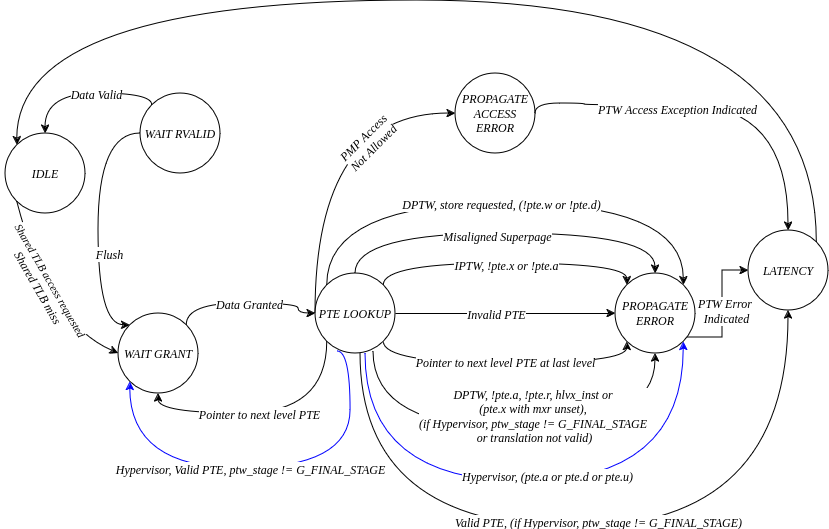
Before: docs/03_cva6_design/_static/ptw_state_diagram.png, a diagram exported from draw.io (openhwgroup/cva6). Source tidied: cells renumbered, new cells last; positions are measured from the earlier drawing's top-left corner, leaving out a move shared by most shapes.
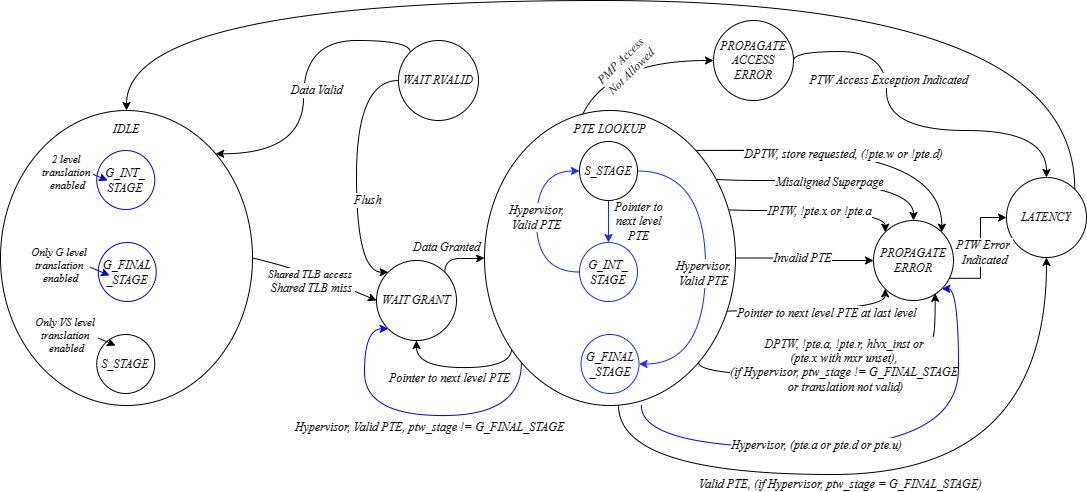
The same file after the commit.

Commit message:
update ptw state machine diagram with stage information for H extension

The edit, as a diff of the source:
```diff
@@ -12,7 +12,7 @@
     </mxCell>
     <mxCell id="3" value="IPTW, !pte.x or !pte.a" style="edgeLabel;html=1;align=center;verticalAlign=middle;fontStyle=2;fontFamily=Times New Roman;fontSize=12;" parent="2" vertex="1">
       <mxGeometry x="-0.05" y="-3" relative="1" as="geometry">
-        <mxPoint x="8" y="-2" as="offset" />
+        <mxPoint x="111" y="-3" as="offset" />
       </mxGeometry>
     </mxCell>
     <mxCell id="4" style="edgeStyle=orthogonalEdgeStyle;rounded=0;jettySize=auto;html=1;exitX=1;exitY=1;exitDx=0;exitDy=0;entryX=0;entryY=1;entryDx=0;entryDy=0;curved=1;" parent="1" edge="1" source="18" target="19">
@@ -25,20 +25,22 @@
     </mxCell>
     <mxCell id="5" value="Pointer to next level PTE at last level" style="edgeLabel;html=1;align=center;verticalAlign=middle;fontStyle=2;fontFamily=Times New Roman;fontSize=12;" parent="4" vertex="1">
       <mxGeometry x="-0.23" y="2" relative="1" as="geometry">
-        <mxPoint x="33" as="offset" />
+        <mxPoint x="149" y="4" as="offset" />
       </mxGeometry>
     </mxCell>
-    <mxCell id="6" style="edgeStyle=orthogonalEdgeStyle;rounded=0;jettySize=auto;html=1;exitX=0.725;exitY=0.975;exitDx=0;exitDy=0;entryX=0.5;entryY=1;entryDx=0;entryDy=0;curved=1;exitPerimeter=0;fillColor=#0000FF;" parent="1" edge="1" source="18" target="19">
+    <mxCell id="6" style="edgeStyle=orthogonalEdgeStyle;rounded=0;jettySize=auto;html=1;exitX=1;exitY=1;exitDx=0;exitDy=0;entryX=0.771;entryY=0.91;entryDx=0;entryDy=0;curved=1;fillColor=#0000FF;entryPerimeter=0;" parent="1" edge="1" source="18" target="19">
       <mxGeometry relative="1" as="geometry">
         <Array as="points">
-          <mxPoint x="368" y="428" />
-          <mxPoint x="650" y="428" />
+          <mxPoint x="435" y="428" />
+          <mxPoint x="664" y="428" />
+          <mxPoint x="664" y="392" />
+          <mxPoint x="672" y="392" />
         </Array>
       </mxGeometry>
     </mxCell>
     <mxCell id="7" value="&lt;div&gt;DPTW, !pte.a, !pte.r, hlvx_inst or&amp;nbsp;&lt;/div&gt;&lt;div&gt;(pte.x with mxr unset),&amp;nbsp;&lt;/div&gt;&lt;div&gt;(if Hypervisor, ptw_stage != G_FINAL_STAGE&amp;nbsp;&lt;/div&gt;&lt;div&gt;or translation not valid)&lt;br&gt;&lt;/div&gt;&lt;div&gt;&lt;br&gt;&lt;/div&gt;" style="edgeLabel;html=1;align=center;verticalAlign=middle;fontStyle=2;fontFamily=Times New Roman;fontSize=12;" parent="6" vertex="1">
       <mxGeometry x="-0.05" y="4" relative="1" as="geometry">
-        <mxPoint x="30" y="-2" as="offset" />
+        <mxPoint x="2" as="offset" />
       </mxGeometry>
     </mxCell>
     <mxCell id="8" style="edgeStyle=orthogonalEdgeStyle;rounded=0;jettySize=auto;html=1;exitX=0.5;exitY=0;exitDx=0;exitDy=0;entryX=0.5;entryY=0;entryDx=0;entryDy=0;curved=1;" parent="1" edge="1" source="18" target="19">
@@ -50,7 +52,9 @@
       </mxGeometry>
     </mxCell>
     <mxCell id="9" value="Misaligned Superpage" style="edgeLabel;html=1;align=center;verticalAlign=middle;fontStyle=2;fontFamily=Times New Roman;fontSize=12;" parent="8" vertex="1">
-      <mxGeometry x="-0.05" y="-2" relative="1" as="geometry" />
+      <mxGeometry x="-0.05" y="-2" relative="1" as="geometry">
+        <mxPoint x="92" y="-1" as="offset" />
+      </mxGeometry>
     </mxCell>
     <mxCell id="10" style="edgeStyle=orthogonalEdgeStyle;rounded=0;jettySize=auto;html=1;exitX=0;exitY=0;exitDx=0;exitDy=0;entryX=1;entryY=0;entryDx=0;entryDy=0;curved=1;" parent="1" edge="1" source="18" target="19">
       <mxGeometry relative="1" as="geometry">
@@ -62,7 +66,7 @@
     </mxCell>
     <mxCell id="11" value="DPTW, store requested, (!pte.w or !pte.d)" style="edgeLabel;html=1;align=center;verticalAlign=middle;fontFamily=Times New Roman;fontStyle=2;fontSize=12;" parent="10" vertex="1">
       <mxGeometry x="-0.06" y="2" relative="1" as="geometry">
-        <mxPoint x="11" y="2" as="offset" />
+        <mxPoint x="87" y="5" as="offset" />
       </mxGeometry>
     </mxCell>
     <mxCell id="12" style="edgeStyle=orthogonalEdgeStyle;rounded=0;jettySize=auto;html=1;exitX=0;exitY=0.5;exitDx=0;exitDy=0;entryX=0;entryY=0.5;entryDx=0;entryDy=0;curved=1;" parent="1" edge="1" source="18" target="29">
@@ -85,21 +89,21 @@
         <mxPoint x="6" y="3" as="offset" />
       </mxGeometry>
     </mxCell>
-    <mxCell id="16" style="edgeStyle=orthogonalEdgeStyle;rounded=0;jettySize=auto;html=1;exitX=0;exitY=1;exitDx=0;exitDy=0;entryX=0.5;entryY=1;entryDx=0;entryDy=0;curved=1;" parent="1" edge="1" source="18" target="22">
+    <mxCell id="16" style="edgeStyle=orthogonalEdgeStyle;rounded=0;jettySize=auto;html=1;exitX=0.108;exitY=0.807;exitDx=0;exitDy=0;entryX=0.5;entryY=1;entryDx=0;entryDy=0;curved=1;exitPerimeter=0;" parent="1" edge="1" source="18" target="22">
       <mxGeometry relative="1" as="geometry">
         <Array as="points">
-          <mxPoint x="322" y="413" />
-          <mxPoint x="153" y="413" />
+          <mxPoint x="248" y="420" />
+          <mxPoint x="153" y="420" />
         </Array>
       </mxGeometry>
     </mxCell>
     <mxCell id="17" value="Pointer to next level PTE" style="edgeLabel;html=1;align=center;verticalAlign=middle;fontStyle=2;fontFamily=Times New Roman;fontSize=12;" parent="16" vertex="1">
       <mxGeometry x="0.03" y="5" relative="1" as="geometry">
-        <mxPoint x="-6" y="-5" as="offset" />
+        <mxPoint x="-9" y="5" as="offset" />
       </mxGeometry>
     </mxCell>
-    <mxCell id="18" value="PTE LOOKUP" style="ellipse;whiteSpace=wrap;html=1;fontFamily=Times New Roman;fontStyle=2;" parent="1" vertex="1">
-      <mxGeometry x="310" y="273" width="80" height="80" as="geometry" />
+    <mxCell id="18" value="PTE LOOKUP&lt;div&gt;&lt;br&gt;&lt;/div&gt;&lt;div&gt;&lt;br&gt;&lt;/div&gt;&lt;div&gt;&lt;br&gt;&lt;/div&gt;&lt;div&gt;&lt;br&gt;&lt;/div&gt;&lt;div&gt;&lt;br&gt;&lt;/div&gt;&lt;div&gt;&lt;br&gt;&lt;/div&gt;&lt;div&gt;&lt;br&gt;&lt;/div&gt;&lt;div&gt;&lt;br&gt;&lt;/div&gt;&lt;div&gt;&lt;br&gt;&lt;/div&gt;&lt;div&gt;&lt;br&gt;&lt;/div&gt;&lt;div&gt;&lt;br&gt;&lt;/div&gt;&lt;div&gt;&lt;br&gt;&lt;/div&gt;&lt;div&gt;&lt;br&gt;&lt;/div&gt;&lt;div&gt;&lt;br&gt;&lt;/div&gt;&lt;div&gt;&lt;br&gt;&lt;/div&gt;&lt;div&gt;&lt;br&gt;&lt;/div&gt;&lt;div&gt;&lt;br&gt;&lt;/div&gt;&lt;div&gt;&lt;br&gt;&lt;/div&gt;" style="ellipse;whiteSpace=wrap;html=1;fontFamily=Times New Roman;fontStyle=2;" parent="1" vertex="1">
+      <mxGeometry x="221" y="163" width="251" height="295" as="geometry" />
     </mxCell>
     <mxCell id="19" value="PROPAGATE&lt;br&gt;ERROR" style="ellipse;whiteSpace=wrap;html=1;fontFamily=Times New Roman;fontStyle=2;" parent="1" vertex="1">
       <mxGeometry x="610" y="273" width="80" height="80" as="geometry" />
@@ -107,28 +111,28 @@
     <mxCell id="20" style="edgeStyle=orthogonalEdgeStyle;rounded=0;jettySize=auto;html=1;exitX=1;exitY=0;exitDx=0;exitDy=0;entryX=0;entryY=0.5;entryDx=0;entryDy=0;curved=1;" parent="1" edge="1" source="22" target="18">
       <mxGeometry relative="1" as="geometry">
         <Array as="points">
-          <mxPoint x="181" y="303" />
-          <mxPoint x="293" y="303" />
-          <mxPoint x="293" y="313" />
+          <mxPoint x="181" y="311" />
+          <mxPoint x="212" y="311" />
         </Array>
       </mxGeometry>
     </mxCell>
     <mxCell id="21" value="Data Granted" style="edgeLabel;html=1;align=center;verticalAlign=middle;fontStyle=2;fontFamily=Times New Roman;fontSize=12;" parent="20" vertex="1">
       <mxGeometry x="-0.36" y="-12" relative="1" as="geometry">
-        <mxPoint x="33" y="-12" as="offset" />
+        <mxPoint x="-2" y="-24" as="offset" />
       </mxGeometry>
     </mxCell>
     <mxCell id="22" value="WAIT GRANT" style="ellipse;whiteSpace=wrap;html=1;fontFamily=Times New Roman;fontStyle=2;" parent="1" vertex="1">
       <mxGeometry x="113" y="313" width="80" height="80" as="geometry" />
     </mxCell>
-    <mxCell id="23" value="IDLE" style="ellipse;whiteSpace=wrap;html=1;fontFamily=Times New Roman;fontStyle=2;" parent="1" vertex="1">
-      <mxGeometry y="133" width="80" height="80" as="geometry" />
+    <mxCell id="23" value="IDLE&lt;div&gt;&lt;br&gt;&lt;/div&gt;&lt;div&gt;&lt;br&gt;&lt;/div&gt;&lt;div&gt;&lt;br&gt;&lt;/div&gt;&lt;div&gt;&lt;br&gt;&lt;/div&gt;&lt;div&gt;&lt;br&gt;&lt;/div&gt;&lt;div&gt;&lt;br&gt;&lt;/div&gt;&lt;div&gt;&lt;br&gt;&lt;/div&gt;&lt;div&gt;&lt;br&gt;&lt;/div&gt;&lt;div&gt;&lt;br&gt;&lt;/div&gt;&lt;div&gt;&lt;br&gt;&lt;/div&gt;&lt;div&gt;&lt;br&gt;&lt;/div&gt;&lt;div&gt;&lt;br&gt;&lt;/div&gt;&lt;div&gt;&lt;br&gt;&lt;/div&gt;&lt;div&gt;&lt;br&gt;&lt;/div&gt;&lt;div&gt;&lt;br&gt;&lt;/div&gt;&lt;div&gt;&lt;br&gt;&lt;/div&gt;&lt;div&gt;&lt;br&gt;&lt;/div&gt;&lt;div&gt;&lt;br&gt;&lt;/div&gt;" style="ellipse;whiteSpace=wrap;html=1;fontFamily=Times New Roman;fontStyle=2;" parent="1" vertex="1">
+      <mxGeometry x="-263" y="163" width="252" height="295" as="geometry" />
     </mxCell>
-    <mxCell id="24" style="edgeStyle=orthogonalEdgeStyle;rounded=0;jettySize=auto;html=1;exitX=0;exitY=0;exitDx=0;exitDy=0;entryX=0.5;entryY=0;entryDx=0;entryDy=0;curved=1;" parent="1" edge="1" source="28" target="23">
+    <mxCell id="24" style="edgeStyle=orthogonalEdgeStyle;rounded=0;jettySize=auto;html=1;exitX=0;exitY=0;exitDx=0;exitDy=0;entryX=1;entryY=0;entryDx=0;entryDy=0;curved=1;" parent="1" edge="1" source="28" target="23">
       <mxGeometry relative="1" as="geometry">
         <Array as="points">
           <mxPoint x="147" y="93" />
           <mxPoint x="40" y="93" />
+          <mxPoint x="40" y="206" />
         </Array>
       </mxGeometry>
     </mxCell>
@@ -156,16 +160,16 @@
     <mxCell id="29" value="PROPAGATE&lt;br&gt;ACCESS&lt;br&gt;ERROR" style="ellipse;whiteSpace=wrap;html=1;fontFamily=Times New Roman;fontStyle=2;" parent="1" vertex="1">
       <mxGeometry x="450" y="73" width="80" height="80" as="geometry" />
     </mxCell>
-    <mxCell id="30" style="curved=1;endArrow=classic;html=1;rounded=0;entryX=0;entryY=0.5;entryDx=0;entryDy=0;exitX=0;exitY=1;exitDx=0;exitDy=0;" parent="1" edge="1" source="23" target="22">
+    <mxCell id="30" style="curved=1;endArrow=classic;html=1;rounded=0;entryX=0;entryY=0.5;entryDx=0;entryDy=0;exitX=1;exitY=0.5;exitDx=0;exitDy=0;" parent="1" edge="1" source="23" target="22">
       <mxGeometry relative="1" as="geometry">
         <Array as="points">
           <mxPoint x="43" y="323" />
         </Array>
       </mxGeometry>
     </mxCell>
-    <mxCell id="31" value="Shared TLB access requested&lt;br style=&quot;border-color: var(--border-color); font-size: 12px;&quot;&gt;&lt;span style=&quot;font-size: 12px;&quot;&gt;Shared TLB miss&lt;/span&gt;" style="edgeLabel;html=1;align=center;verticalAlign=middle;rotation=60;fontStyle=2;fontFamily=Times New Roman;" parent="30" vertex="1">
+    <mxCell id="31" value="Shared TLB access&amp;nbsp;&lt;div&gt;&lt;span style=&quot;font-size: 12px;&quot;&gt;Shared TLB miss&lt;/span&gt;&lt;/div&gt;" style="edgeLabel;html=1;align=center;verticalAlign=middle;rotation=0;fontStyle=2;fontFamily=Times New Roman;" parent="30" vertex="1">
       <mxGeometry x="-0.16" y="10" relative="1" as="geometry">
-        <mxPoint x="-3" y="2" as="offset" />
+        <mxPoint x="1" y="20" as="offset" />
       </mxGeometry>
     </mxCell>
     <mxCell id="32" value="LATENCY" style="ellipse;whiteSpace=wrap;html=1;fontFamily=Times New Roman;fontStyle=2;" parent="1" vertex="1">
@@ -174,22 +178,22 @@
     <mxCell id="33" style="edgeStyle=orthogonalEdgeStyle;rounded=0;jettySize=auto;html=1;entryX=0.5;entryY=0;entryDx=0;entryDy=0;curved=1;exitX=1;exitY=0.5;exitDx=0;exitDy=0;" parent="1" edge="1" source="29" target="32">
       <mxGeometry relative="1" as="geometry">
         <Array as="points">
-          <mxPoint x="530" y="103" />
-          <mxPoint x="579" y="103" />
-          <mxPoint x="579" y="105" />
-          <mxPoint x="783" y="105" />
+          <mxPoint x="530" y="104" />
+          <mxPoint x="623" y="104" />
+          <mxPoint x="623" y="183" />
+          <mxPoint x="783" y="183" />
         </Array>
       </mxGeometry>
     </mxCell>
     <mxCell id="34" value="PTW Access Exception Indicated" style="edgeLabel;html=1;align=center;verticalAlign=middle;fontStyle=2;fontFamily=Times New Roman;fontSize=12;rotation=0;" parent="33" vertex="1">
       <mxGeometry x="-0.02" relative="1" as="geometry">
-        <mxPoint x="-38" y="3" as="offset" />
+        <mxPoint x="-7" y="-51" as="offset" />
       </mxGeometry>
     </mxCell>
-    <mxCell id="35" style="edgeStyle=orthogonalEdgeStyle;rounded=0;jettySize=auto;html=1;entryX=0;entryY=0.5;entryDx=0;entryDy=0;" parent="1" edge="1" source="19" target="32">
+    <mxCell id="35" style="edgeStyle=orthogonalEdgeStyle;rounded=0;jettySize=auto;html=1;entryX=0;entryY=0.5;entryDx=0;entryDy=0;exitX=0.948;exitY=0.723;exitDx=0;exitDy=0;exitPerimeter=0;" parent="1" edge="1" source="19" target="32">
       <mxGeometry relative="1" as="geometry">
         <Array as="points">
-          <mxPoint x="717" y="337" />
+          <mxPoint x="717" y="331" />
           <mxPoint x="717" y="270" />
         </Array>
       </mxGeometry>
@@ -199,27 +203,26 @@
         <mxPoint x="6" y="-7" as="offset" />
       </mxGeometry>
     </mxCell>
-    <mxCell id="37" style="edgeStyle=orthogonalEdgeStyle;rounded=0;jettySize=auto;html=1;exitX=1;exitY=0;exitDx=0;exitDy=0;entryX=0;entryY=0;entryDx=0;entryDy=0;curved=1;" parent="1" edge="1" source="32" target="23">
+    <mxCell id="37" style="edgeStyle=orthogonalEdgeStyle;rounded=0;jettySize=auto;html=1;exitX=1;exitY=0;exitDx=0;exitDy=0;entryX=0.5;entryY=0;entryDx=0;entryDy=0;curved=1;" parent="1" edge="1" source="32" target="23">
       <mxGeometry relative="1" as="geometry">
         <Array as="points">
-          <mxPoint x="811" />
-          <mxPoint x="12" />
+          <mxPoint x="811" y="53" />
+          <mxPoint x="-137" y="53" />
         </Array>
       </mxGeometry>
     </mxCell>
-    <mxCell id="38" style="edgeStyle=orthogonalEdgeStyle;rounded=0;jettySize=auto;html=1;exitX=0;exitY=1;exitDx=0;exitDy=0;entryX=0;entryY=1;entryDx=0;entryDy=0;curved=1;strokeColor=#0000FF;" parent="1" edge="1" target="22">
+    <mxCell id="38" style="edgeStyle=orthogonalEdgeStyle;rounded=0;jettySize=auto;html=1;exitX=0;exitY=1;exitDx=0;exitDy=0;entryX=0;entryY=1;entryDx=0;entryDy=0;curved=1;strokeColor=#0000FF;" parent="1" edge="1" source="18" target="22">
       <mxGeometry relative="1" as="geometry">
-        <mxPoint x="332" y="351" as="sourcePoint" />
         <Array as="points">
-          <mxPoint x="345" y="351" />
-          <mxPoint x="345" y="468" />
-          <mxPoint x="125" y="468" />
+          <mxPoint x="258" y="468" />
+          <mxPoint x="101" y="468" />
+          <mxPoint x="101" y="381" />
         </Array>
       </mxGeometry>
     </mxCell>
     <mxCell id="39" value="Hypervisor, Valid PTE, ptw_stage != G_FINAL_STAGE" style="edgeLabel;html=1;align=center;verticalAlign=middle;fontStyle=2;fontFamily=Times New Roman;fontSize=12;" parent="38" vertex="1">
       <mxGeometry x="0.03" y="5" relative="1" as="geometry">
-        <mxPoint x="-6" y="-5" as="offset" />
+        <mxPoint x="19" y="6" as="offset" />
       </mxGeometry>
     </mxCell>
     <mxCell id="40" style="edgeStyle=orthogonalEdgeStyle;rounded=0;jettySize=auto;html=1;entryX=0.5;entryY=1;entryDx=0;entryDy=0;curved=1;" parent="1" edge="1" source="18" target="32">
@@ -230,23 +233,118 @@
         </Array>
       </mxGeometry>
     </mxCell>
-    <mxCell id="41" value="Valid PTE, (if Hypervisor, ptw_stage != G_FINAL_STAGE)" style="edgeLabel;html=1;align=center;verticalAlign=middle;fontStyle=2;fontFamily=Times New Roman;fontSize=12;" parent="40" vertex="1">
+    <mxCell id="41" value="Valid PTE, (if Hypervisor, ptw_stage = G_FINAL_STAGE)" style="edgeLabel;html=1;align=center;verticalAlign=middle;fontStyle=2;fontFamily=Times New Roman;fontSize=12;" parent="40" vertex="1">
       <mxGeometry x="0.03" y="5" relative="1" as="geometry">
-        <mxPoint x="-10" y="-1" as="offset" />
+        <mxPoint x="-77" y="14" as="offset" />
       </mxGeometry>
     </mxCell>
     <mxCell id="42" style="edgeStyle=orthogonalEdgeStyle;rounded=0;jettySize=auto;html=1;exitX=0.625;exitY=1;exitDx=0;exitDy=0;entryX=1;entryY=1;entryDx=0;entryDy=0;curved=1;exitPerimeter=0;fillColor=#0000FF;strokeColor=#0000FF;" parent="1" edge="1" source="18" target="19">
       <mxGeometry relative="1" as="geometry">
         <Array as="points">
-          <mxPoint x="360" y="481" />
-          <mxPoint x="678" y="481" />
+          <mxPoint x="378" y="500" />
+          <mxPoint x="695" y="500" />
+          <mxPoint x="695" y="341" />
         </Array>
       </mxGeometry>
     </mxCell>
     <mxCell id="43" value="Hypervisor, (pte.a or pte.d or pte.u)" style="edgeLabel;html=1;align=center;verticalAlign=middle;fontStyle=2;fontFamily=Times New Roman;fontSize=12;" parent="42" vertex="1">
       <mxGeometry x="-0.05" y="4" relative="1" as="geometry">
-        <mxPoint x="30" y="-2" as="offset" />
+        <mxPoint x="-38" y="1" as="offset" />
       </mxGeometry>
     </mxCell>
+    <mxCell id="44" value="S_STAGE" style="ellipse;whiteSpace=wrap;html=1;fontFamily=Times New Roman;fontStyle=2;" parent="1" vertex="1">
+      <mxGeometry x="316" y="194" width="58" height="59" as="geometry" />
+    </mxCell>
+    <mxCell id="45" value="G_INT_&lt;div&gt;STAGE&lt;/div&gt;" style="ellipse;whiteSpace=wrap;html=1;fontFamily=Times New Roman;fontStyle=2;strokeColor=#142CFF;" parent="1" vertex="1">
+      <mxGeometry x="316" y="295" width="58" height="59" as="geometry" />
+    </mxCell>
+    <mxCell id="46" value="G_FINAL&lt;div&gt;_STAGE&lt;/div&gt;" style="ellipse;whiteSpace=wrap;html=1;fontFamily=Times New Roman;fontStyle=2;strokeColor=#142CFF;" parent="1" vertex="1">
+      <mxGeometry x="317.5" y="387" width="58" height="59" as="geometry" />
+    </mxCell>
+    <mxCell id="47" style="edgeStyle=orthogonalEdgeStyle;rounded=0;jettySize=auto;html=1;exitX=1;exitY=0.5;exitDx=0;exitDy=0;entryX=1;entryY=0.5;entryDx=0;entryDy=0;curved=1;strokeColor=#142CFF;" parent="1" edge="1" source="44" target="46">
+      <mxGeometry relative="1" as="geometry">
+        <Array as="points">
+          <mxPoint x="442" y="224" />
+          <mxPoint x="442" y="417" />
+        </Array>
+      </mxGeometry>
+    </mxCell>
+    <mxCell id="48" value="Hypervisor,&lt;div&gt;Valid PTE&lt;/div&gt;" style="edgeLabel;html=1;align=center;verticalAlign=middle;fontStyle=2;fontFamily=Times New Roman;fontSize=12;" parent="47" vertex="1">
+      <mxGeometry x="-0.36" y="-12" relative="1" as="geometry">
+        <mxPoint x="9" y="65" as="offset" />
+      </mxGeometry>
+    </mxCell>
+    <mxCell id="49" style="edgeStyle=orthogonalEdgeStyle;rounded=0;jettySize=auto;html=1;exitX=0;exitY=0.5;exitDx=0;exitDy=0;entryX=0;entryY=0.5;entryDx=0;entryDy=0;curved=1;strokeColor=#142CFF;" parent="1" edge="1" source="45" target="44">
+      <mxGeometry relative="1" as="geometry">
+        <Array as="points">
+          <mxPoint x="273" y="325" />
+          <mxPoint x="273" y="224" />
+        </Array>
+      </mxGeometry>
+    </mxCell>
+    <mxCell id="50" value="Hypervisor,&lt;div&gt;Valid PTE&lt;/div&gt;" style="edgeLabel;html=1;align=center;verticalAlign=middle;fontStyle=2;fontFamily=Times New Roman;fontSize=12;" parent="49" vertex="1">
+      <mxGeometry x="-0.36" y="-12" relative="1" as="geometry">
+        <mxPoint x="-13" y="-38" as="offset" />
+      </mxGeometry>
+    </mxCell>
+    <mxCell id="51" style="edgeStyle=orthogonalEdgeStyle;rounded=0;jettySize=auto;html=1;exitX=0.5;exitY=1;exitDx=0;exitDy=0;entryX=0.5;entryY=0;entryDx=0;entryDy=0;curved=1;strokeColor=#142CFF;" parent="1" edge="1" source="44" target="45">
+      <mxGeometry relative="1" as="geometry" />
+    </mxCell>
+    <mxCell id="52" value="Pointer to&lt;div&gt;next level&lt;/div&gt;&lt;div&gt;PTE&lt;/div&gt;" style="edgeLabel;html=1;align=center;verticalAlign=middle;fontStyle=2;fontFamily=Times New Roman;fontSize=12;" parent="51" vertex="1">
+      <mxGeometry x="-0.36" y="-12" relative="1" as="geometry">
+        <mxPoint x="41" y="7" as="offset" />
+      </mxGeometry>
+    </mxCell>
+    <mxCell id="53" value="S_STAGE" style="ellipse;whiteSpace=wrap;html=1;fontFamily=Times New Roman;fontStyle=2;strokeColor=#000008;" parent="1" vertex="1">
+      <mxGeometry x="-166.8" y="387" width="58" height="59" as="geometry" />
+    </mxCell>
+    <mxCell id="54" value="G_INT_&lt;div&gt;STAGE&lt;/div&gt;" style="ellipse;whiteSpace=wrap;html=1;fontFamily=Times New Roman;fontStyle=2;strokeColor=#0000FF;" parent="1" vertex="1">
+      <mxGeometry x="-166.8" y="203" width="58" height="59" as="geometry" />
+    </mxCell>
+    <mxCell id="55" value="G_FINAL&lt;div&gt;_STAGE&lt;/div&gt;" style="ellipse;whiteSpace=wrap;html=1;fontFamily=Times New Roman;fontStyle=2;strokeColor=#0000FF;" parent="1" vertex="1">
+      <mxGeometry x="-165.2" y="295" width="58" height="59" as="geometry" />
+    </mxCell>
+    <mxCell id="56" style="curved=1;endArrow=classic;html=1;rounded=0;entryX=0;entryY=0.5;entryDx=0;entryDy=0;strokeColor=#0000FF;" parent="1" edge="1">
+      <mxGeometry relative="1" as="geometry">
+        <mxPoint x="-219.2" y="210.1" as="sourcePoint" />
+        <mxPoint x="-156" y="233" as="targetPoint" />
+        <Array as="points">
+          <mxPoint x="-226" y="203" />
+        </Array>
+      </mxGeometry>
+    </mxCell>
+    <mxCell id="57" value="2 level&amp;nbsp;&lt;div&gt;translation&amp;nbsp;&lt;/div&gt;&lt;div&gt;enabled&lt;/div&gt;" style="edgeLabel;html=1;align=center;verticalAlign=middle;rotation=0;fontStyle=2;fontFamily=Times New Roman;" parent="56" vertex="1">
+      <mxGeometry x="-0.16" y="10" relative="1" as="geometry">
+        <mxPoint x="1" y="20" as="offset" />
+      </mxGeometry>
+    </mxCell>
+    <mxCell id="58" style="curved=1;endArrow=classic;html=1;rounded=0;entryX=0;entryY=0.5;entryDx=0;entryDy=0;strokeColor=#0000FF;" parent="1" edge="1">
+      <mxGeometry relative="1" as="geometry">
+        <mxPoint x="-217.2" y="305.1" as="sourcePoint" />
+        <mxPoint x="-154" y="328" as="targetPoint" />
+        <Array as="points">
+          <mxPoint x="-224" y="298" />
+        </Array>
+      </mxGeometry>
+    </mxCell>
+    <mxCell id="59" value="Only G level&amp;nbsp;&lt;div&gt;translation&amp;nbsp;&lt;/div&gt;&lt;div&gt;enabled&lt;/div&gt;" style="edgeLabel;html=1;align=center;verticalAlign=middle;rotation=0;fontStyle=2;fontFamily=Times New Roman;" parent="58" vertex="1">
+      <mxGeometry x="-0.16" y="10" relative="1" as="geometry">
+        <mxPoint x="-8" y="18" as="offset" />
+      </mxGeometry>
+    </mxCell>
+    <mxCell id="60" style="curved=1;endArrow=classic;html=1;rounded=0;entryX=0;entryY=0.5;entryDx=0;entryDy=0;strokeColor=#000008;" parent="1" edge="1">
+      <mxGeometry relative="1" as="geometry">
+        <mxPoint x="-211.2" y="375.1" as="sourcePoint" />
+        <mxPoint x="-148" y="398" as="targetPoint" />
+        <Array as="points">
+          <mxPoint x="-218" y="368" />
+        </Array>
+      </mxGeometry>
+    </mxCell>
+    <mxCell id="61" value="Only VS level&amp;nbsp;&lt;div&gt;translation&amp;nbsp;&lt;/div&gt;&lt;div&gt;enabled&lt;/div&gt;" style="edgeLabel;html=1;align=center;verticalAlign=middle;rotation=0;fontStyle=2;fontFamily=Times New Roman;" parent="60" vertex="1">
+      <mxGeometry x="-0.16" y="10" relative="1" as="geometry">
+        <mxPoint x="-8" y="18" as="offset" />
+      </mxGeometry>
+    </mxCell>
   </root>
 </mxGraphModel>
```
